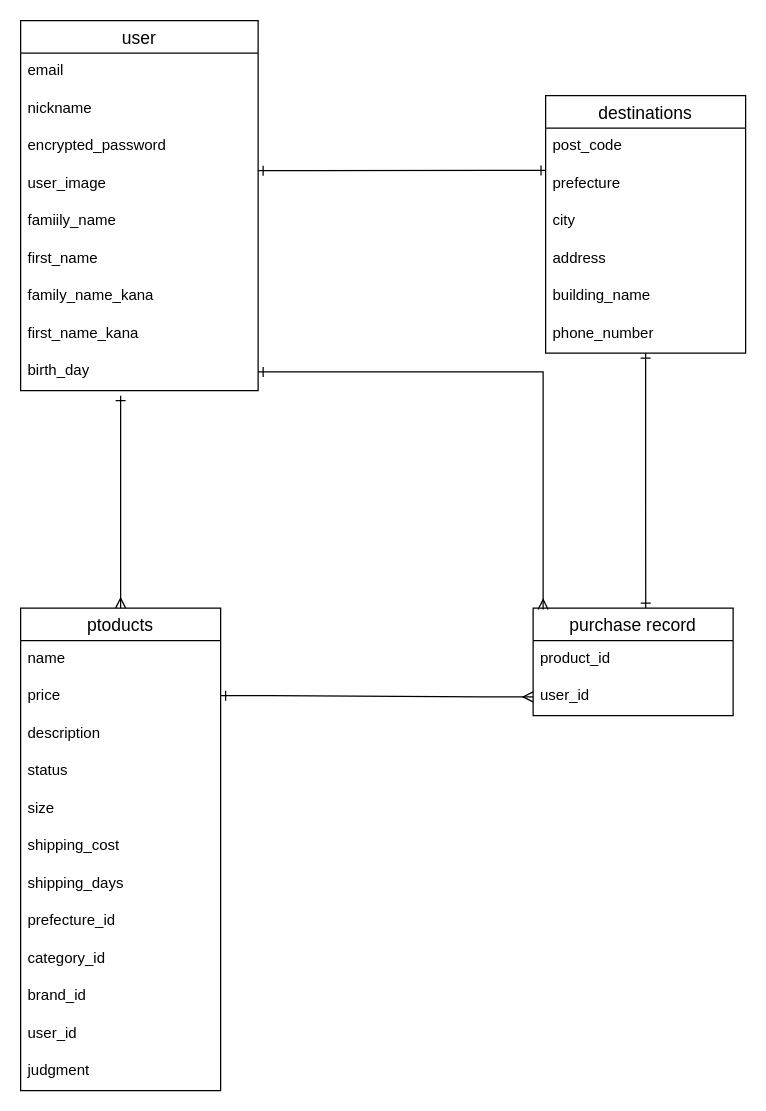
otakayusuke1317/furima-32653 keeps this draw.io diagram as furima-32653.dio. Above is the earlier version. Source tidied: cells renumbered, new cells numbered last; positions are measured from the earlier drawing's top-left corner, leaving out a move shared by most shapes. Both pictures are drawn from the tidied source at 125%, with x=0, y=0 at pixel (20, 20).
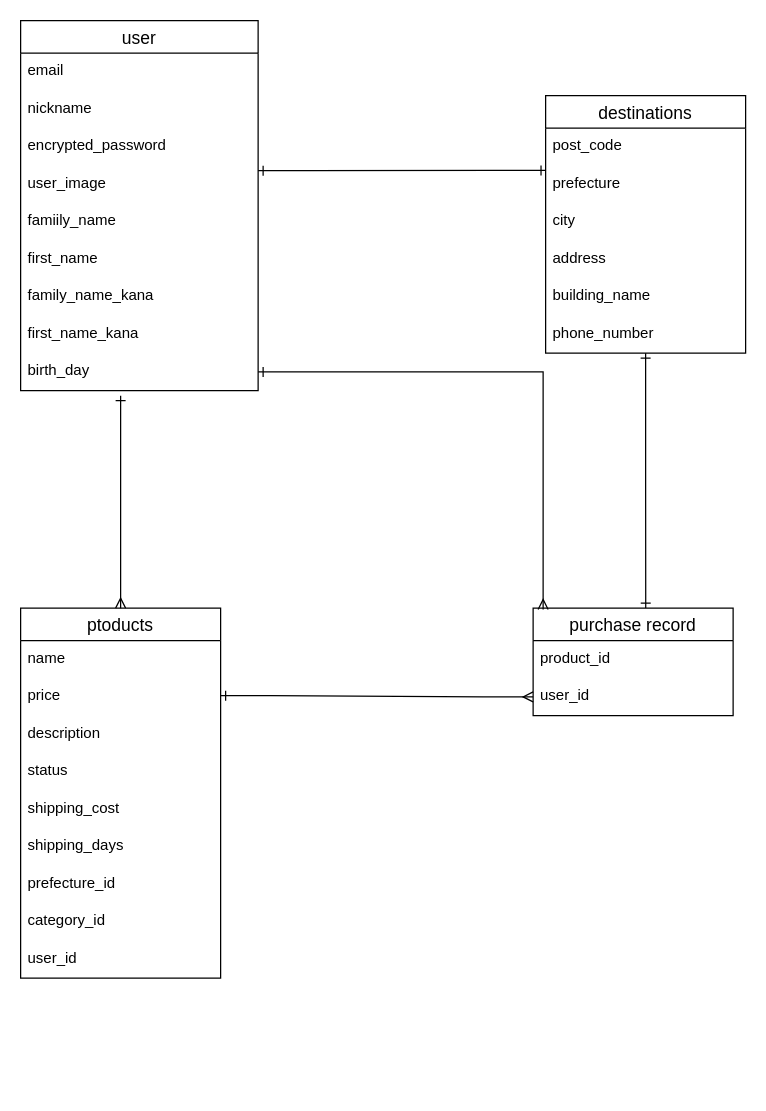
Above is the later version.

Diff of the diagram source:
```diff
@@
     <mxCell id="12" value="ptoducts" style="swimlane;fontStyle=0;horizontal=1;startSize=26;align=center;fontSize=14;" parent="1" vertex="1">
-      <mxGeometry y="470" width="160" height="386" as="geometry" />
+      <mxGeometry y="470" width="160" height="296" as="geometry" />
     </mxCell>
@@
-    <mxCell id="17" value="size" style="text;strokeColor=none;fillColor=none;spacingLeft=4;spacingRight=4;overflow=hidden;fontSize=12;" parent="12" vertex="1">
-      <mxGeometry y="146" width="160" height="30" as="geometry" />
-    </mxCell>
     <mxCell id="18" value="shipping_cost" style="text;strokeColor=none;fillColor=none;spacingLeft=4;spacingRight=4;overflow=hidden;fontSize=12;" parent="12" vertex="1">
-      <mxGeometry y="176" width="160" height="30" as="geometry" />
+      <mxGeometry y="146" width="160" height="30" as="geometry" />
     </mxCell>
     <mxCell id="19" value="shipping_days" style="text;strokeColor=none;fillColor=none;spacingLeft=4;spacingRight=4;overflow=hidden;fontSize=12;" parent="12" vertex="1">
-      <mxGeometry y="206" width="160" height="30" as="geometry" />
+      <mxGeometry y="176" width="160" height="30" as="geometry" />
     </mxCell>
     <mxCell id="20" value="prefecture_id" style="text;strokeColor=none;fillColor=none;spacingLeft=4;spacingRight=4;overflow=hidden;fontSize=12;" parent="12" vertex="1">
-      <mxGeometry y="236" width="160" height="30" as="geometry" />
+      <mxGeometry y="206" width="160" height="30" as="geometry" />
     </mxCell>
     <mxCell id="21" value="category_id" style="text;strokeColor=none;fillColor=none;spacingLeft=4;spacingRight=4;overflow=hidden;fontSize=12;" parent="12" vertex="1">
-      <mxGeometry y="266" width="160" height="30" as="geometry" />
+      <mxGeometry y="236" width="160" height="30" as="geometry" />
     </mxCell>
-    <mxCell id="22" value="brand_id" style="text;strokeColor=none;fillColor=none;spacingLeft=4;spacingRight=4;overflow=hidden;fontSize=12;" parent="12" vertex="1">
-      <mxGeometry y="296" width="160" height="30" as="geometry" />
-    </mxCell>
     <mxCell id="23" value="user_id" style="text;strokeColor=none;fillColor=none;spacingLeft=4;spacingRight=4;overflow=hidden;fontSize=12;" parent="12" vertex="1">
-      <mxGeometry y="326" width="160" height="30" as="geometry" />
+      <mxGeometry y="266" width="160" height="30" as="geometry" />
     </mxCell>
-    <mxCell id="24" value="judgment" style="text;strokeColor=none;fillColor=none;spacingLeft=4;spacingRight=4;overflow=hidden;fontSize=12;" parent="12" vertex="1">
-      <mxGeometry y="356" width="160" height="30" as="geometry" />
-    </mxCell>
```
